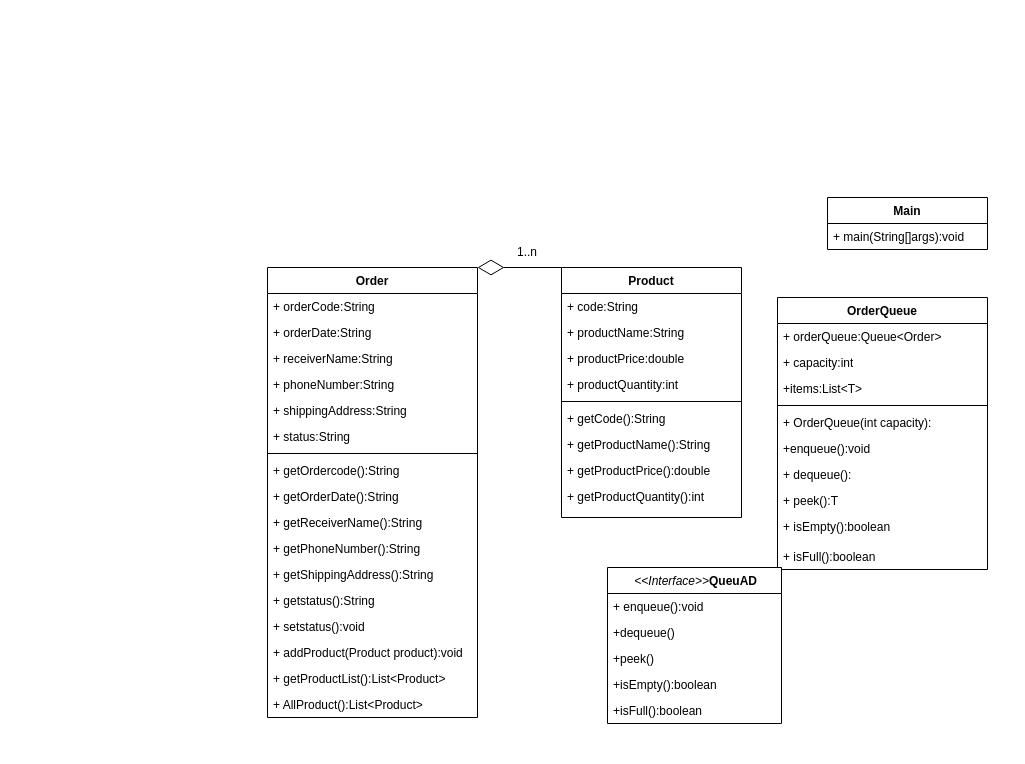
Above: DSAprojecgt.drawio in khanh8603/khanh8603 (draw.io), before the change. Source tidied: cells renumbered, new cells numbered last; positions are measured from the earlier drawing's top-left corner, leaving out a move shared by most shapes. Both pictures are drawn from the tidied source at 100%, with x=0, y=0 at pixel (267, 197).
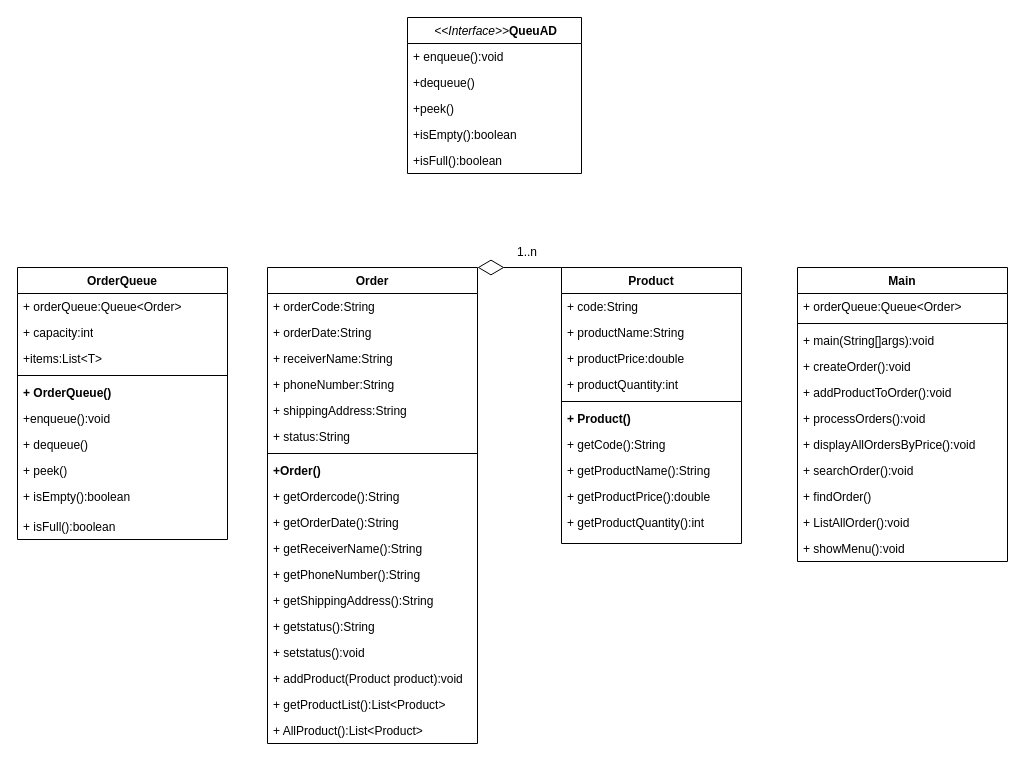
The same page after the edit.

Commit message:
Cập nhật DSAprojecgt.drawio

What changed in the source:
```diff
@@
     <mxCell id="2" value="Product" style="swimlane;fontStyle=1;align=center;verticalAlign=top;horizontal=1;startSize=26;whiteSpace=wrap;html=1;" parent="1" vertex="1">
-      <mxGeometry x="294" y="70" width="180" height="250" as="geometry" />
+      <mxGeometry x="294" y="70" width="180" height="276" as="geometry" />
     </mxCell>
@@
+    <mxCell id="51" value="&lt;b&gt;+ Product()&lt;/b&gt;" style="text;strokeColor=none;fillColor=none;align=left;verticalAlign=top;spacingLeft=4;spacingRight=4;overflow=hidden;whiteSpace=wrap;html=1;" parent="2" vertex="1">
+      <mxGeometry y="138" width="180" height="26" as="geometry" />
+    </mxCell>
     <mxCell id="8" value="+ getCode():String" style="text;strokeColor=none;fillColor=none;align=left;verticalAlign=top;spacingLeft=4;spacingRight=4;overflow=hidden;whiteSpace=wrap;html=1;" parent="2" vertex="1">
-      <mxGeometry y="138" width="180" height="26" as="geometry" />
+      <mxGeometry y="164" width="180" height="26" as="geometry" />
     </mxCell>
     <mxCell id="9" value="+ getProductName():String" style="text;strokeColor=none;fillColor=none;align=left;verticalAlign=top;spacingLeft=4;spacingRight=4;overflow=hidden;whiteSpace=wrap;html=1;" parent="2" vertex="1">
-      <mxGeometry y="164" width="180" height="26" as="geometry" />
+      <mxGeometry y="190" width="180" height="26" as="geometry" />
     </mxCell>
     <mxCell id="10" value="+ getProductPrice():double" style="text;strokeColor=none;fillColor=none;align=left;verticalAlign=top;spacingLeft=4;spacingRight=4;overflow=hidden;whiteSpace=wrap;html=1;" parent="2" vertex="1">
-      <mxGeometry y="190" width="180" height="26" as="geometry" />
+      <mxGeometry y="216" width="180" height="26" as="geometry" />
     </mxCell>
     <mxCell id="11" value="+ getProductQuantity():int" style="text;strokeColor=none;fillColor=none;align=left;verticalAlign=top;spacingLeft=4;spacingRight=4;overflow=hidden;whiteSpace=wrap;html=1;" parent="2" vertex="1">
-      <mxGeometry y="216" width="180" height="34" as="geometry" />
+      <mxGeometry y="242" width="180" height="34" as="geometry" />
     </mxCell>
     <mxCell id="12" value="Order" style="swimlane;fontStyle=1;align=center;verticalAlign=top;horizontal=1;startSize=26;whiteSpace=wrap;html=1;" parent="1" vertex="1">
-      <mxGeometry y="70" width="210" height="450" as="geometry" />
+      <mxGeometry y="70" width="210" height="476" as="geometry" />
     </mxCell>
@@
+    <mxCell id="52" value="&lt;b&gt;+Order()&lt;/b&gt;" style="text;strokeColor=none;fillColor=none;align=left;verticalAlign=top;spacingLeft=4;spacingRight=4;overflow=hidden;whiteSpace=wrap;html=1;" parent="12" vertex="1">
+      <mxGeometry y="190" width="210" height="26" as="geometry" />
+    </mxCell>
     <mxCell id="20" value="+ getOrdercode():String" style="text;strokeColor=none;fillColor=none;align=left;verticalAlign=top;spacingLeft=4;spacingRight=4;overflow=hidden;whiteSpace=wrap;html=1;" parent="12" vertex="1">
-      <mxGeometry y="190" width="210" height="26" as="geometry" />
+      <mxGeometry y="216" width="210" height="26" as="geometry" />
     </mxCell>
     <mxCell id="21" value="+ getOrderDate():String" style="text;strokeColor=none;fillColor=none;align=left;verticalAlign=top;spacingLeft=4;spacingRight=4;overflow=hidden;whiteSpace=wrap;html=1;" parent="12" vertex="1">
-      <mxGeometry y="216" width="210" height="26" as="geometry" />
+      <mxGeometry y="242" width="210" height="26" as="geometry" />
     </mxCell>
     <mxCell id="22" value="+ getReceiverName():String" style="text;strokeColor=none;fillColor=none;align=left;verticalAlign=top;spacingLeft=4;spacingRight=4;overflow=hidden;whiteSpace=wrap;html=1;" parent="12" vertex="1">
-      <mxGeometry y="242" width="210" height="26" as="geometry" />
+      <mxGeometry y="268" width="210" height="26" as="geometry" />
     </mxCell>
     <mxCell id="23" value="+ getPhoneNumber():String" style="text;strokeColor=none;fillColor=none;align=left;verticalAlign=top;spacingLeft=4;spacingRight=4;overflow=hidden;whiteSpace=wrap;html=1;" parent="12" vertex="1">
-      <mxGeometry y="268" width="210" height="26" as="geometry" />
+      <mxGeometry y="294" width="210" height="26" as="geometry" />
     </mxCell>
     <mxCell id="24" value="+ getShippingAddress():String" style="text;strokeColor=none;fillColor=none;align=left;verticalAlign=top;spacingLeft=4;spacingRight=4;overflow=hidden;whiteSpace=wrap;html=1;" parent="12" vertex="1">
-      <mxGeometry y="294" width="210" height="26" as="geometry" />
+      <mxGeometry y="320" width="210" height="26" as="geometry" />
     </mxCell>
     <mxCell id="25" value="+ getstatus():String" style="text;strokeColor=none;fillColor=none;align=left;verticalAlign=top;spacingLeft=4;spacingRight=4;overflow=hidden;whiteSpace=wrap;html=1;" parent="12" vertex="1">
-      <mxGeometry y="320" width="210" height="26" as="geometry" />
+      <mxGeometry y="346" width="210" height="26" as="geometry" />
     </mxCell>
     <mxCell id="26" value="+ setstatus():void" style="text;strokeColor=none;fillColor=none;align=left;verticalAlign=top;spacingLeft=4;spacingRight=4;overflow=hidden;whiteSpace=wrap;html=1;" parent="12" vertex="1">
-      <mxGeometry y="346" width="210" height="26" as="geometry" />
+      <mxGeometry y="372" width="210" height="26" as="geometry" />
     </mxCell>
     <mxCell id="27" value="+ addProduct(Product product):void" style="text;strokeColor=none;fillColor=none;align=left;verticalAlign=top;spacingLeft=4;spacingRight=4;overflow=hidden;whiteSpace=wrap;html=1;" parent="12" vertex="1">
-      <mxGeometry y="372" width="210" height="26" as="geometry" />
+      <mxGeometry y="398" width="210" height="26" as="geometry" />
     </mxCell>
     <mxCell id="28" value="+ getProductList():List&amp;lt;Product&amp;gt;" style="text;strokeColor=none;fillColor=none;align=left;verticalAlign=top;spacingLeft=4;spacingRight=4;overflow=hidden;whiteSpace=wrap;html=1;" parent="12" vertex="1">
-      <mxGeometry y="398" width="210" height="26" as="geometry" />
+      <mxGeometry y="424" width="210" height="26" as="geometry" />
     </mxCell>
     <mxCell id="29" value="+ AllProduct():List&amp;lt;Product&amp;gt;" style="text;strokeColor=none;fillColor=none;align=left;verticalAlign=top;spacingLeft=4;spacingRight=4;overflow=hidden;whiteSpace=wrap;html=1;" parent="12" vertex="1">
-      <mxGeometry y="424" width="210" height="26" as="geometry" />
+      <mxGeometry y="450" width="210" height="26" as="geometry" />
     </mxCell>
     <mxCell id="30" value="OrderQueue" style="swimlane;fontStyle=1;align=center;verticalAlign=top;horizontal=1;startSize=26;whiteSpace=wrap;html=1;" parent="1" vertex="1">
-      <mxGeometry x="510" y="100" width="210" height="272" as="geometry" />
+      <mxGeometry x="-250" y="70" width="210" height="272" as="geometry" />
     </mxCell>
@@
-    <mxCell id="35" value="+ OrderQueue(int capacity):" style="text;strokeColor=none;fillColor=none;align=left;verticalAlign=top;spacingLeft=4;spacingRight=4;overflow=hidden;whiteSpace=wrap;html=1;" parent="30" vertex="1">
+    <mxCell id="35" value="&lt;b&gt;+ OrderQueue()&lt;/b&gt;" style="text;strokeColor=none;fillColor=none;align=left;verticalAlign=top;spacingLeft=4;spacingRight=4;overflow=hidden;whiteSpace=wrap;html=1;" parent="30" vertex="1">
       <mxGeometry y="112" width="210" height="26" as="geometry" />
     </mxCell>
@@
-    <mxCell id="37" value="+ dequeue():" style="text;strokeColor=none;fillColor=none;align=left;verticalAlign=top;spacingLeft=4;spacingRight=4;overflow=hidden;whiteSpace=wrap;html=1;" parent="30" vertex="1">
+    <mxCell id="37" value="+ dequeue()" style="text;strokeColor=none;fillColor=none;align=left;verticalAlign=top;spacingLeft=4;spacingRight=4;overflow=hidden;whiteSpace=wrap;html=1;" parent="30" vertex="1">
       <mxGeometry y="164" width="210" height="26" as="geometry" />
     </mxCell>
-    <mxCell id="38" value="+ peek():T" style="text;strokeColor=none;fillColor=none;align=left;verticalAlign=top;spacingLeft=4;spacingRight=4;overflow=hidden;whiteSpace=wrap;html=1;" parent="30" vertex="1">
+    <mxCell id="38" value="+ peek()" style="text;strokeColor=none;fillColor=none;align=left;verticalAlign=top;spacingLeft=4;spacingRight=4;overflow=hidden;whiteSpace=wrap;html=1;" parent="30" vertex="1">
       <mxGeometry y="190" width="210" height="26" as="geometry" />
     </mxCell>
@@
     <mxCell id="41" value="Main" style="swimlane;fontStyle=1;align=center;verticalAlign=top;horizontal=1;startSize=26;whiteSpace=wrap;html=1;" parent="1" vertex="1">
-      <mxGeometry x="560" width="160" height="52" as="geometry" />
+      <mxGeometry x="530" y="70" width="210" height="294" as="geometry" />
     </mxCell>
+    <mxCell id="53" value="+ orderQueue:Queue&amp;lt;Order&amp;gt;" style="text;strokeColor=none;fillColor=none;align=left;verticalAlign=top;spacingLeft=4;spacingRight=4;overflow=hidden;whiteSpace=wrap;html=1;" parent="41" vertex="1">
+      <mxGeometry y="26" width="210" height="26" as="geometry" />
+    </mxCell>
+    <mxCell id="54" style="line;strokeWidth=1;fillColor=none;align=left;verticalAlign=middle;spacingTop=-1;spacingLeft=3;spacingRight=3;labelPosition=right;strokeColor=inherit;" parent="41" vertex="1">
+      <mxGeometry y="52" width="210" height="8" as="geometry" />
+    </mxCell>
     <mxCell id="42" value="+ main(String[]args):void" style="text;strokeColor=none;fillColor=none;align=left;verticalAlign=top;spacingLeft=4;spacingRight=4;overflow=hidden;whiteSpace=wrap;html=1;" parent="41" vertex="1">
-      <mxGeometry y="26" width="160" height="26" as="geometry" />
+      <mxGeometry y="60" width="210" height="26" as="geometry" />
     </mxCell>
+    <mxCell id="55" value="+ createOrder():void" style="text;strokeColor=none;fillColor=none;align=left;verticalAlign=top;spacingLeft=4;spacingRight=4;overflow=hidden;whiteSpace=wrap;html=1;" parent="41" vertex="1">
+      <mxGeometry y="86" width="210" height="26" as="geometry" />
+    </mxCell>
+    <mxCell id="56" value="+ addProductToOrder():void" style="text;strokeColor=none;fillColor=none;align=left;verticalAlign=top;spacingLeft=4;spacingRight=4;overflow=hidden;whiteSpace=wrap;html=1;" parent="41" vertex="1">
+      <mxGeometry y="112" width="210" height="26" as="geometry" />
+    </mxCell>
+    <mxCell id="57" value="+ processOrders():void" style="text;strokeColor=none;fillColor=none;align=left;verticalAlign=top;spacingLeft=4;spacingRight=4;overflow=hidden;whiteSpace=wrap;html=1;" parent="41" vertex="1">
+      <mxGeometry y="138" width="210" height="26" as="geometry" />
+    </mxCell>
+    <mxCell id="58" value="+ displayAllOrdersByPrice():void" style="text;strokeColor=none;fillColor=none;align=left;verticalAlign=top;spacingLeft=4;spacingRight=4;overflow=hidden;whiteSpace=wrap;html=1;" parent="41" vertex="1">
+      <mxGeometry y="164" width="210" height="26" as="geometry" />
+    </mxCell>
+    <mxCell id="59" value="+ searchOrder():void" style="text;strokeColor=none;fillColor=none;align=left;verticalAlign=top;spacingLeft=4;spacingRight=4;overflow=hidden;whiteSpace=wrap;html=1;" parent="41" vertex="1">
+      <mxGeometry y="190" width="210" height="26" as="geometry" />
+    </mxCell>
+    <mxCell id="60" value="+ findOrder()" style="text;strokeColor=none;fillColor=none;align=left;verticalAlign=top;spacingLeft=4;spacingRight=4;overflow=hidden;whiteSpace=wrap;html=1;" parent="41" vertex="1">
+      <mxGeometry y="216" width="210" height="26" as="geometry" />
+    </mxCell>
+    <mxCell id="61" value="+ ListAllOrder():void" style="text;strokeColor=none;fillColor=none;align=left;verticalAlign=top;spacingLeft=4;spacingRight=4;overflow=hidden;whiteSpace=wrap;html=1;" parent="41" vertex="1">
+      <mxGeometry y="242" width="210" height="26" as="geometry" />
+    </mxCell>
+    <mxCell id="62" value="+ showMenu():void" style="text;strokeColor=none;fillColor=none;align=left;verticalAlign=top;spacingLeft=4;spacingRight=4;overflow=hidden;whiteSpace=wrap;html=1;" parent="41" vertex="1">
+      <mxGeometry y="268" width="210" height="26" as="geometry" />
+    </mxCell>
     <mxCell id="43" value="&lt;i style=&quot;border-color: var(--border-color); font-weight: 400;&quot;&gt;&amp;nbsp;&amp;lt;&amp;lt;Interface&amp;gt;&amp;gt;&lt;/i&gt;QueuAD" style="swimlane;fontStyle=1;align=center;verticalAlign=top;horizontal=1;startSize=26;whiteSpace=wrap;html=1;" parent="1" vertex="1">
-      <mxGeometry x="340" y="370" width="174" height="156" as="geometry" />
+      <mxGeometry x="140" y="-180" width="174" height="156" as="geometry" />
     </mxCell>
```
